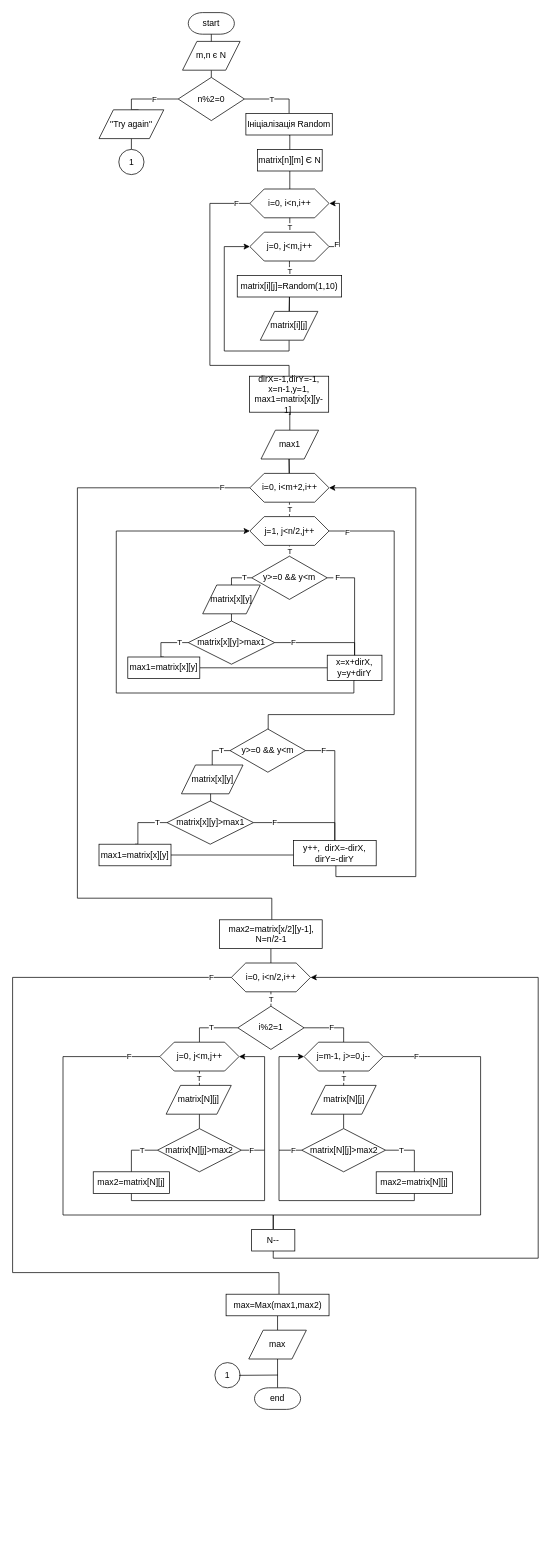
Above: Лабораторна2/Діаграма2.drawio in zuckgrass/ads-pisotska-kp11 (draw.io), before the change. Source tidied: cells renumbered, new cells numbered last; positions are measured from the earlier drawing's top-left corner, leaving out a move shared by most shapes. Both pictures are drawn from the tidied source at 72%, with x=0, y=0 at pixel (12, 12).
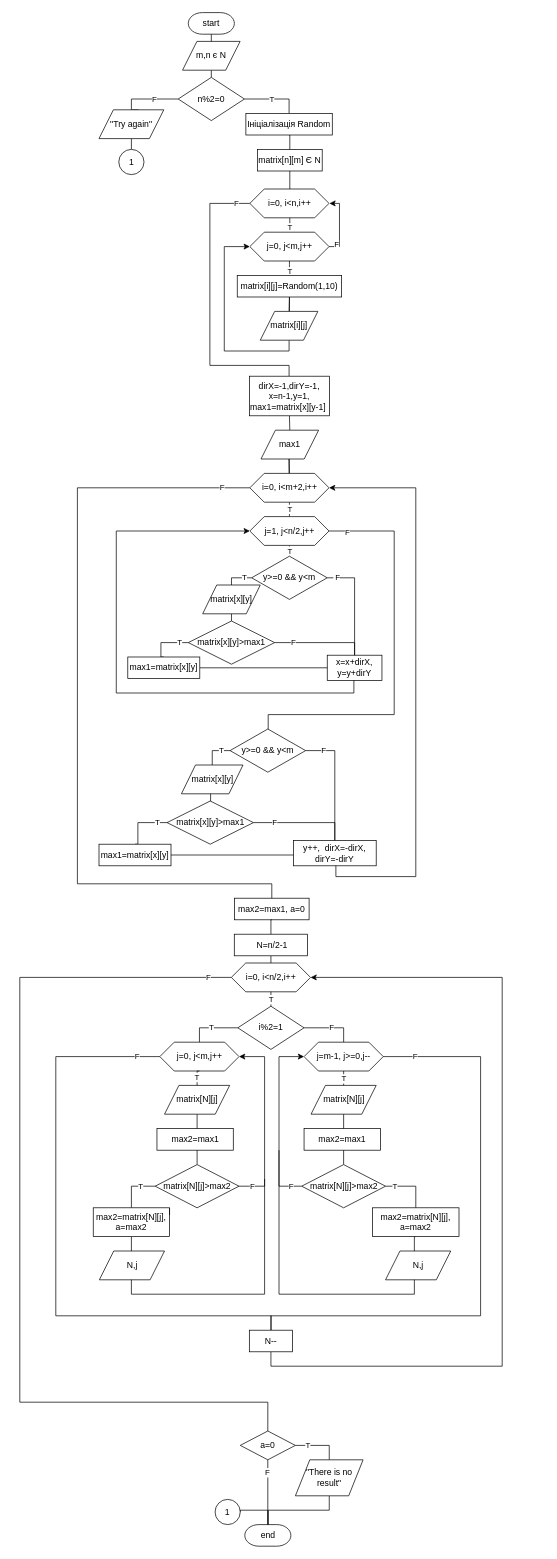
After the change.

Commit message (it also covers changes not shown here):
Лабораторна готова

Unchanged cells that the change refers to:
```xml
<mxCell id="32" value="i=0, i&amp;lt;m+2,i++" style="shape=hexagon;perimeter=hexagonPerimeter2;whiteSpace=wrap;html=1;fixedSize=1;" parent="1" vertex="1">
  <mxGeometry x="329.5" y="640" width="110" height="40" as="geometry" />
</mxCell>
<mxCell id="63" value="i=0, i&amp;lt;n/2,i++" style="shape=hexagon;perimeter=hexagonPerimeter2;whiteSpace=wrap;html=1;fixedSize=1;" parent="1" vertex="1">
  <mxGeometry x="303.8" y="1320" width="110" height="40" as="geometry" />
</mxCell>
<mxCell id="66" value="i%2=1" style="rhombus;whiteSpace=wrap;html=1;strokeWidth=1;" parent="1" vertex="1">
  <mxGeometry x="312.8" y="1380" width="92" height="60" as="geometry" />
</mxCell>
<mxCell id="69" value="j=0, j&amp;lt;m,j++" style="shape=hexagon;perimeter=hexagonPerimeter2;whiteSpace=wrap;html=1;fixedSize=1;" parent="1" vertex="1">
  <mxGeometry x="204.5" y="1430" width="110" height="40" as="geometry" />
</mxCell>
<mxCell id="78" value="j=m-1, j&amp;gt;=0,j--" style="shape=hexagon;perimeter=hexagonPerimeter2;whiteSpace=wrap;html=1;fixedSize=1;" parent="1" vertex="1">
  <mxGeometry x="404.8" y="1430" width="110" height="40" as="geometry" />
</mxCell>
```

Diff of the diagram source:
```diff
@@
     <mxCell id="28" value="dirX=-1,dirY=-1, x=n-1,y=1, max1=matrix[x][y-1]&amp;nbsp;" style="rounded=0;whiteSpace=wrap;html=1;strokeWidth=1;" parent="1" vertex="1">
-      <mxGeometry x="329" y="505" width="110" height="50" as="geometry" />
+      <mxGeometry x="329" y="505" width="111" height="55" as="geometry" />
     </mxCell>
@@
     <mxCell id="31" value="F" style="edgeStyle=orthogonalEdgeStyle;rounded=0;jettySize=auto;html=1;exitX=0;exitY=0.5;exitDx=0;exitDy=0;endArrow=none;endFill=0;strokeWidth=1;" parent="1" edge="1" source="32">
       <mxGeometry x="-0.93" relative="1" as="geometry">
         <mxPoint x="360" y="1260" as="targetPoint" />
         <Array as="points">
           <mxPoint x="90" y="660" />
-          <mxPoint x="90" y="1230" />
-          <mxPoint x="360" y="1230" />
+          <mxPoint x="90" y="1210" />
+          <mxPoint x="360" y="1210" />
         </Array>
       </mxGeometry>
     </mxCell>
@@
-    <mxCell id="60" value="T" style="edgeStyle=orthogonalEdgeStyle;rounded=0;jettySize=auto;html=1;exitX=0.5;exitY=1;exitDx=0;exitDy=0;entryX=0.5;entryY=0;entryDx=0;entryDy=0;endArrow=none;endFill=0;strokeWidth=1;" parent="1" edge="1" source="61" target="66">
+    <mxCell id="60" value="T" style="edgeStyle=orthogonalEdgeStyle;rounded=0;jettySize=auto;html=1;exitX=0.5;exitY=1;exitDx=0;exitDy=0;entryX=0.5;entryY=0;entryDx=0;entryDy=0;endArrow=none;endFill=0;strokeWidth=1;startArrow=none;" parent="1" edge="1" source="112" target="66">
       <mxGeometry x="0.75" relative="1" as="geometry">
         <Array as="points">
           <mxPoint x="359" y="1370" />
           <mxPoint x="359" y="1370" />
         </Array>
       </mxGeometry>
     </mxCell>
-    <mxCell id="61" value="max2=matrix[x/2][y-1], N=n/2-1" style="rounded=0;whiteSpace=wrap;html=1;strokeWidth=1;" parent="1" vertex="1">
-      <mxGeometry x="287.5" y="1260" width="142.5" height="40" as="geometry" />
+    <mxCell id="61" value="max2=max1, a=0" style="rounded=0;whiteSpace=wrap;html=1;strokeWidth=1;" parent="1" vertex="1">
+      <mxGeometry x="308" y="1230" width="103.8" height="30" as="geometry" />
     </mxCell>
-    <mxCell id="62" value="F" style="edgeStyle=orthogonalEdgeStyle;rounded=0;jettySize=auto;html=1;exitX=0;exitY=0.5;exitDx=0;exitDy=0;endArrow=none;endFill=0;strokeWidth=1;entryX=0.514;entryY=0;entryDx=0;entryDy=0;entryPerimeter=0;" parent="1" edge="1" source="63" target="88">
-      <mxGeometry x="-0.95" relative="1" as="geometry">
-        <Array as="points">
-          <mxPoint y="1340" />
-          <mxPoint y="1750" />
-          <mxPoint x="370" y="1750" />
-        </Array>
-      </mxGeometry>
-    </mxCell>
+    <mxCell id="68" value="F" style="edgeStyle=orthogonalEdgeStyle;rounded=0;jettySize=auto;html=1;exitX=0;exitY=0.5;exitDx=0;exitDy=0;entryX=0.5;entryY=0;entryDx=0;entryDy=0;endArrow=none;endFill=0;" parent="1" edge="1" source="63" target="108">
+      <mxGeometry x="-0.95" relative="1" as="geometry">
+        <Array as="points">
+          <mxPoint x="10" y="1340" />
+          <mxPoint x="10" y="1930" />
+          <mxPoint x="355" y="1930" />
+        </Array>
+      </mxGeometry>
+    </mxCell>
@@
-    <mxCell id="67" value="T" style="edgeStyle=orthogonalEdgeStyle;rounded=0;jettySize=auto;html=1;exitX=0.5;exitY=1;exitDx=0;exitDy=0;entryX=0.5;entryY=0;entryDx=0;entryDy=0;endArrow=none;endFill=0;strokeWidth=1;" parent="1" edge="1" source="69" target="72">
-      <mxGeometry x="-0.75" relative="1" as="geometry" />
-    </mxCell>
-    <mxCell id="68" value="F" style="edgeStyle=orthogonalEdgeStyle;rounded=0;jettySize=auto;html=1;exitX=0;exitY=0.5;exitDx=0;exitDy=0;entryX=0.5;entryY=0;entryDx=0;entryDy=0;endArrow=none;endFill=0;" parent="1" edge="1" source="69" target="86">
-      <mxGeometry x="-0.87" relative="1" as="geometry">
-        <Array as="points">
-          <mxPoint x="70" y="1450" />
-          <mxPoint x="70" y="1670" />
-          <mxPoint x="362" y="1670" />
-        </Array>
-      </mxGeometry>
-    </mxCell>
+    <mxCell id="97" style="edgeStyle=orthogonalEdgeStyle;rounded=0;jettySize=auto;html=1;exitX=0.5;exitY=1;exitDx=0;exitDy=0;entryX=0.5;entryY=0;entryDx=0;entryDy=0;endArrow=none;endFill=0;" parent="1" edge="1" source="73" target="72">
+      <mxGeometry relative="1" as="geometry" />
+    </mxCell>
+    <mxCell id="98" value="F" style="edgeStyle=orthogonalEdgeStyle;rounded=0;jettySize=auto;html=1;exitX=0;exitY=0.5;exitDx=0;exitDy=0;endArrow=none;endFill=0;" parent="1" edge="1" source="69" target="86">
+      <mxGeometry x="-0.92" relative="1" as="geometry">
+        <Array as="points">
+          <mxPoint x="60" y="1450" />
+          <mxPoint x="60" y="1810" />
+          <mxPoint x="359" y="1810" />
+        </Array>
+        <mxPoint x="1" as="offset" />
+      </mxGeometry>
+    </mxCell>
@@
     <mxCell id="71" value="F" style="edgeStyle=orthogonalEdgeStyle;rounded=0;jettySize=auto;html=1;exitX=1;exitY=0.5;exitDx=0;exitDy=0;entryX=1;entryY=0.5;entryDx=0;entryDy=0;endArrow=classic;endFill=1;" parent="1" edge="1" source="72" target="69">
       <mxGeometry x="-0.86" relative="1" as="geometry">
         <Array as="points">
-          <mxPoint x="350" y="1580" />
+          <mxPoint x="350" y="1630" />
           <mxPoint x="350" y="1450" />
         </Array>
       </mxGeometry>
     </mxCell>
     <mxCell id="72" value="matrix[N][j]&amp;gt;max2" style="rhombus;whiteSpace=wrap;html=1;strokeWidth=1;" parent="1" vertex="1">
-      <mxGeometry x="201.2" y="1550" width="116.5" height="60" as="geometry" />
+      <mxGeometry x="198" y="1600" width="116.5" height="60" as="geometry" />
     </mxCell>
-    <mxCell id="73" value="matrix[N][j]" style="shape=parallelogram;perimeter=parallelogramPerimeter;whiteSpace=wrap;html=1;fixedSize=1;strokeWidth=1;" parent="1" vertex="1">
-      <mxGeometry x="213.2" y="1490" width="90.5" height="40" as="geometry" />
-    </mxCell>
-    <mxCell id="74" style="edgeStyle=orthogonalEdgeStyle;rounded=0;jettySize=auto;html=1;exitX=0.5;exitY=1;exitDx=0;exitDy=0;endArrow=none;endFill=0;" parent="1" edge="1" source="75">
-      <mxGeometry relative="1" as="geometry">
-        <mxPoint x="350" y="1580" as="targetPoint" />
-        <Array as="points">
-          <mxPoint x="165" y="1650" />
-          <mxPoint x="350" y="1650" />
-        </Array>
-      </mxGeometry>
-    </mxCell>
+    <mxCell id="99" style="edgeStyle=orthogonalEdgeStyle;rounded=0;jettySize=auto;html=1;exitX=0.5;exitY=1;exitDx=0;exitDy=0;endArrow=none;endFill=0;" parent="1" edge="1" source="75">
+      <mxGeometry relative="1" as="geometry">
+        <mxPoint x="350" y="1620" as="targetPoint" />
+        <Array as="points">
+          <mxPoint x="165" y="1780" />
+          <mxPoint x="350" y="1780" />
+        </Array>
+      </mxGeometry>
+    </mxCell>
-    <mxCell id="75" value="max2=matrix[N][j]" style="rounded=0;whiteSpace=wrap;html=1;strokeWidth=1;" parent="1" vertex="1">
-      <mxGeometry x="112" y="1610" width="106" height="30" as="geometry" />
+    <mxCell id="75" value="max2=matrix[N][j], a=max2" style="rounded=0;whiteSpace=wrap;html=1;strokeWidth=1;" parent="1" vertex="1">
+      <mxGeometry x="112" y="1660" width="106" height="40" as="geometry" />
     </mxCell>
     <mxCell id="76" value="T" style="edgeStyle=orthogonalEdgeStyle;rounded=0;jettySize=auto;html=1;exitX=0.5;exitY=1;exitDx=0;exitDy=0;entryX=0.5;entryY=0;entryDx=0;entryDy=0;endArrow=none;endFill=0;strokeWidth=1;" parent="1" edge="1" source="78" target="82">
-      <mxGeometry x="-0.75" relative="1" as="geometry">
+      <mxGeometry x="-0.85" relative="1" as="geometry">
         <Array as="points">
           <mxPoint x="460" y="1490" />
           <mxPoint x="460" y="1490" />
         </Array>
+        <mxPoint y="1" as="offset" />
       </mxGeometry>
     </mxCell>
-    <mxCell id="77" value="F" style="edgeStyle=orthogonalEdgeStyle;rounded=0;jettySize=auto;html=1;exitX=1;exitY=0.5;exitDx=0;exitDy=0;entryX=0.5;entryY=0;entryDx=0;entryDy=0;endArrow=none;endFill=0;" parent="1" edge="1" source="78" target="86">
-      <mxGeometry x="-0.86" relative="1" as="geometry">
+    <mxCell id="77" value="F" style="edgeStyle=orthogonalEdgeStyle;rounded=0;jettySize=auto;html=1;exitX=1;exitY=0.5;exitDx=0;exitDy=0;endArrow=none;endFill=0;entryX=0.5;entryY=0;entryDx=0;entryDy=0;" parent="1" edge="1" source="78" target="86">
+      <mxGeometry x="-0.89" relative="1" as="geometry">
         <Array as="points">
           <mxPoint x="650" y="1450" />
-          <mxPoint x="650" y="1670" />
-          <mxPoint x="362" y="1670" />
+          <mxPoint x="650" y="1810" />
+          <mxPoint x="359" y="1810" />
         </Array>
       </mxGeometry>
     </mxCell>
@@
     <mxCell id="80" value="T" style="edgeStyle=orthogonalEdgeStyle;rounded=0;jettySize=auto;html=1;exitX=1;exitY=0.5;exitDx=0;exitDy=0;endArrow=none;endFill=0;strokeWidth=1;" parent="1" edge="1" source="82" target="84">
-      <mxGeometry x="-0.37" relative="1" as="geometry" />
+      <mxGeometry x="-0.64" relative="1" as="geometry" />
     </mxCell>
     <mxCell id="81" value="F" style="edgeStyle=orthogonalEdgeStyle;rounded=0;jettySize=auto;html=1;exitX=0;exitY=0.5;exitDx=0;exitDy=0;entryX=0;entryY=0.5;entryDx=0;entryDy=0;endArrow=classic;endFill=1;" parent="1" edge="1" source="82" target="78">
       <mxGeometry x="-0.87" relative="1" as="geometry">
         <Array as="points">
-          <mxPoint x="370" y="1580" />
+          <mxPoint x="370" y="1630" />
           <mxPoint x="370" y="1450" />
         </Array>
         <mxPoint x="1" as="offset" />
       </mxGeometry>
     </mxCell>
     <mxCell id="82" value="matrix[N][j]&amp;gt;max2" style="rhombus;whiteSpace=wrap;html=1;strokeWidth=1;" parent="1" vertex="1">
-      <mxGeometry x="401.5" y="1550" width="116.5" height="60" as="geometry" />
+      <mxGeometry x="401.5" y="1600" width="116.5" height="60" as="geometry" />
     </mxCell>
     <mxCell id="83" style="edgeStyle=orthogonalEdgeStyle;rounded=0;jettySize=auto;html=1;exitX=0.5;exitY=1;exitDx=0;exitDy=0;endArrow=none;endFill=0;" parent="1" edge="1" source="84">
       <mxGeometry relative="1" as="geometry">
         <mxPoint x="370" y="1580" as="targetPoint" />
         <Array as="points">
-          <mxPoint x="558" y="1650" />
-          <mxPoint x="370" y="1650" />
+          <mxPoint x="558" y="1780" />
+          <mxPoint x="370" y="1780" />
         </Array>
       </mxGeometry>
     </mxCell>
-    <mxCell id="84" value="max2=matrix[N][j]" style="rounded=0;whiteSpace=wrap;html=1;strokeWidth=1;" parent="1" vertex="1">
-      <mxGeometry x="505" y="1610" width="106" height="30" as="geometry" />
+    <mxCell id="84" value="max2=matrix[N][j], a=max2" style="rounded=0;whiteSpace=wrap;html=1;strokeWidth=1;" parent="1" vertex="1">
+      <mxGeometry x="500" y="1660" width="120" height="40" as="geometry" />
     </mxCell>
-    <mxCell id="85" style="edgeStyle=orthogonalEdgeStyle;rounded=0;jettySize=auto;html=1;exitX=0.5;exitY=1;exitDx=0;exitDy=0;entryX=1;entryY=0.5;entryDx=0;entryDy=0;endArrow=classic;endFill=1;strokeWidth=1;" parent="1" edge="1" source="86" target="63">
-      <mxGeometry relative="1" as="geometry">
-        <Array as="points">
-          <mxPoint x="362" y="1730" />
-          <mxPoint x="730" y="1730" />
-          <mxPoint x="730" y="1340" />
-        </Array>
-      </mxGeometry>
-    </mxCell>
-    <mxCell id="86" value="N--" style="rounded=0;whiteSpace=wrap;html=1;strokeWidth=1;" parent="1" vertex="1">
-      <mxGeometry x="332" y="1690" width="60" height="30" as="geometry" />
-    </mxCell>
-    <mxCell id="87" style="edgeStyle=orthogonalEdgeStyle;rounded=0;jettySize=auto;html=1;exitX=0.5;exitY=1;exitDx=0;exitDy=0;entryX=0.5;entryY=0;entryDx=0;entryDy=0;endArrow=none;endFill=0;strokeWidth=1;" parent="1" edge="1" source="88" target="90">
-      <mxGeometry relative="1" as="geometry" />
-    </mxCell>
-    <mxCell id="88" value="max=Max(max1,max2)" style="rounded=0;whiteSpace=wrap;html=1;strokeWidth=1;" parent="1" vertex="1">
-      <mxGeometry x="296.5" y="1780" width="143" height="30" as="geometry" />
-    </mxCell>
-    <mxCell id="89" style="edgeStyle=orthogonalEdgeStyle;rounded=0;jettySize=auto;html=1;exitX=0.5;exitY=1;exitDx=0;exitDy=0;entryX=0.5;entryY=0;entryDx=0;entryDy=0;entryPerimeter=0;endArrow=none;endFill=0;strokeWidth=1;" parent="1" edge="1" source="90" target="91">
-      <mxGeometry relative="1" as="geometry" />
-    </mxCell>
-    <mxCell id="90" value="max" style="shape=parallelogram;perimeter=parallelogramPerimeter;whiteSpace=wrap;html=1;fixedSize=1;strokeWidth=1;" parent="1" vertex="1">
-      <mxGeometry x="328" y="1830" width="80" height="40" as="geometry" />
-    </mxCell>
     <mxCell id="91" value="end" style="strokeWidth=1;html=1;shape=mxgraph.flowchart.terminator;whiteSpace=wrap;" parent="1" vertex="1">
-      <mxGeometry x="336" y="1910" width="64" height="30" as="geometry" />
+      <mxGeometry x="322.5" y="2100" width="64" height="30" as="geometry" />
     </mxCell>
@@
+    <mxCell id="100" value="max2=max1" style="rounded=0;whiteSpace=wrap;html=1;strokeWidth=1;" parent="1" vertex="1">
+      <mxGeometry x="200.5" y="1550" width="106" height="30" as="geometry" />
+    </mxCell>
+    <mxCell id="73" value="matrix[N][j]" style="shape=parallelogram;perimeter=parallelogramPerimeter;whiteSpace=wrap;html=1;fixedSize=1;strokeWidth=1;" parent="1" vertex="1">
+      <mxGeometry x="211" y="1490" width="90.5" height="40" as="geometry" />
+    </mxCell>
+    <mxCell id="101" value="T" style="edgeStyle=orthogonalEdgeStyle;rounded=0;jettySize=auto;html=1;exitX=0.5;exitY=1;exitDx=0;exitDy=0;entryX=0.5;entryY=0;entryDx=0;entryDy=0;endArrow=none;endFill=0;" parent="1" edge="1" source="69" target="73">
+      <mxGeometry relative="1" as="geometry" />
+    </mxCell>
+    <mxCell id="102" style="edgeStyle=orthogonalEdgeStyle;rounded=0;orthogonalLoop=1;jettySize=auto;html=1;exitX=1;exitY=0.25;exitDx=0;exitDy=0;entryX=1;entryY=0;entryDx=0;entryDy=0;endArrow=none;endFill=0;" parent="1" edge="1" source="75" target="75">
+      <mxGeometry relative="1" as="geometry" />
+    </mxCell>
+    <mxCell id="103" value="N,j" style="shape=parallelogram;perimeter=parallelogramPerimeter;whiteSpace=wrap;html=1;fixedSize=1;strokeWidth=1;" parent="1" vertex="1">
+      <mxGeometry x="120.5" y="1720" width="90.5" height="40" as="geometry" />
+    </mxCell>
+    <mxCell id="104" value="N,j" style="shape=parallelogram;perimeter=parallelogramPerimeter;whiteSpace=wrap;html=1;fixedSize=1;strokeWidth=1;" parent="1" vertex="1">
+      <mxGeometry x="518" y="1720" width="90.5" height="40" as="geometry" />
+    </mxCell>
+    <mxCell id="105" value="max2=max1" style="rounded=0;whiteSpace=wrap;html=1;strokeWidth=1;" parent="1" vertex="1">
+      <mxGeometry x="404.8" y="1550" width="106" height="30" as="geometry" />
+    </mxCell>
+    <mxCell id="85" style="edgeStyle=orthogonalEdgeStyle;rounded=0;jettySize=auto;html=1;exitX=0.5;exitY=1;exitDx=0;exitDy=0;entryX=1;entryY=0.5;entryDx=0;entryDy=0;endArrow=classic;endFill=1;" parent="1" edge="1" source="86" target="63">
+      <mxGeometry relative="1" as="geometry">
+        <Array as="points">
+          <mxPoint x="359" y="1880" />
+          <mxPoint x="680" y="1880" />
+          <mxPoint x="680" y="1340" />
+        </Array>
+      </mxGeometry>
+    </mxCell>
+    <mxCell id="86" value="N--" style="rounded=0;whiteSpace=wrap;html=1;strokeWidth=1;" parent="1" vertex="1">
+      <mxGeometry x="328.8" y="1830" width="60" height="30" as="geometry" />
+    </mxCell>
+    <mxCell id="106" value="T" style="edgeStyle=orthogonalEdgeStyle;rounded=0;jettySize=auto;html=1;exitX=1;exitY=0.5;exitDx=0;exitDy=0;entryX=0.5;entryY=0;entryDx=0;entryDy=0;endArrow=none;endFill=0;" parent="1" edge="1" source="108" target="110">
+      <mxGeometry x="-0.49" relative="1" as="geometry">
+        <Array as="points">
+          <mxPoint x="440" y="1990" />
+        </Array>
+      </mxGeometry>
+    </mxCell>
+    <mxCell id="107" value="F" style="edgeStyle=orthogonalEdgeStyle;rounded=0;jettySize=auto;html=1;exitX=0.5;exitY=1;exitDx=0;exitDy=0;entryX=0.5;entryY=0;entryDx=0;entryDy=0;entryPerimeter=0;endArrow=none;endFill=0;" parent="1" edge="1" source="108" target="91">
+      <mxGeometry x="-0.6" relative="1" as="geometry" />
+    </mxCell>
+    <mxCell id="108" value="a=0" style="rhombus;whiteSpace=wrap;html=1;" parent="1" vertex="1">
+      <mxGeometry x="316.2" y="1970" width="76.5" height="40" as="geometry" />
+    </mxCell>
+    <mxCell id="109" style="edgeStyle=orthogonalEdgeStyle;rounded=0;jettySize=auto;html=1;exitX=0.5;exitY=1;exitDx=0;exitDy=0;endArrow=none;endFill=0;" parent="1" edge="1" source="110" target="91">
+      <mxGeometry relative="1" as="geometry">
+        <Array as="points">
+          <mxPoint x="440" y="2080" />
+          <mxPoint x="355" y="2080" />
+        </Array>
+      </mxGeometry>
+    </mxCell>
+    <mxCell id="110" value="&quot;There is no result&quot;" style="shape=parallelogram;perimeter=parallelogramPerimeter;whiteSpace=wrap;html=1;fixedSize=1;" parent="1" vertex="1">
+      <mxGeometry x="392.8" y="2010" width="94" height="50" as="geometry" />
+    </mxCell>
+    <mxCell id="111" style="edgeStyle=orthogonalEdgeStyle;rounded=0;jettySize=auto;html=1;exitX=1;exitY=0.5;exitDx=0;exitDy=0;entryX=0.5;entryY=0;entryDx=0;entryDy=0;entryPerimeter=0;endArrow=none;endFill=0;" parent="1" edge="1" source="95" target="91">
+      <mxGeometry relative="1" as="geometry">
+        <Array as="points">
+          <mxPoint x="316" y="2080" />
+          <mxPoint x="355" y="2080" />
+        </Array>
+      </mxGeometry>
+    </mxCell>
     <mxCell id="95" value="1" style="ellipse;whiteSpace=wrap;html=1;" parent="1" vertex="1">
-      <mxGeometry x="281" y="1875" width="35" height="35" as="geometry" />
+      <mxGeometry x="281.2" y="2065" width="35" height="35" as="geometry" />
     </mxCell>
-    <mxCell id="96" style="endArrow=none;html=1;rounded=0;shadow=0;" parent="1" edge="1">
-      <mxGeometry relative="1" as="geometry">
-        <mxPoint x="314.5" y="1892.7" as="sourcePoint" />
-        <mxPoint x="368.5" y="1892.3" as="targetPoint" />
-      </mxGeometry>
-    </mxCell>
+    <mxCell id="112" value="&amp;nbsp;N=n/2-1" style="rounded=0;whiteSpace=wrap;html=1;strokeWidth=1;" parent="1" vertex="1">
+      <mxGeometry x="307.9" y="1280" width="101.8" height="30" as="geometry" />
+    </mxCell>
+    <mxCell id="113" style="edgeStyle=orthogonalEdgeStyle;rounded=0;jettySize=auto;html=1;exitX=0.5;exitY=1;exitDx=0;exitDy=0;entryX=0.5;entryY=0;entryDx=0;entryDy=0;endArrow=none;endFill=0;strokeWidth=1;" parent="1" edge="1" source="61" target="112">
+      <mxGeometry x="0.75" relative="1" as="geometry" />
+    </mxCell>
```
